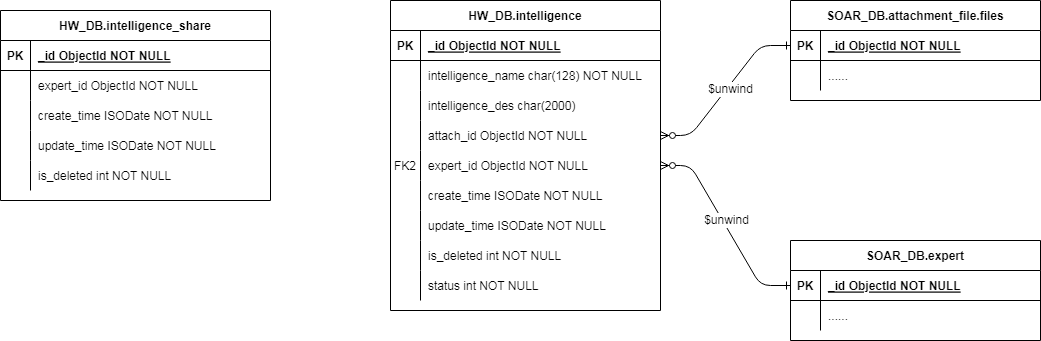
qiuliangbin/draw.io keeps this draw.io diagram as shared_intelligence.drawio.png. Above is the earlier version. Source tidied: cells renumbered, new cells last; positions are measured from the earlier drawing's top-left corner, leaving out a move shared by most shapes.
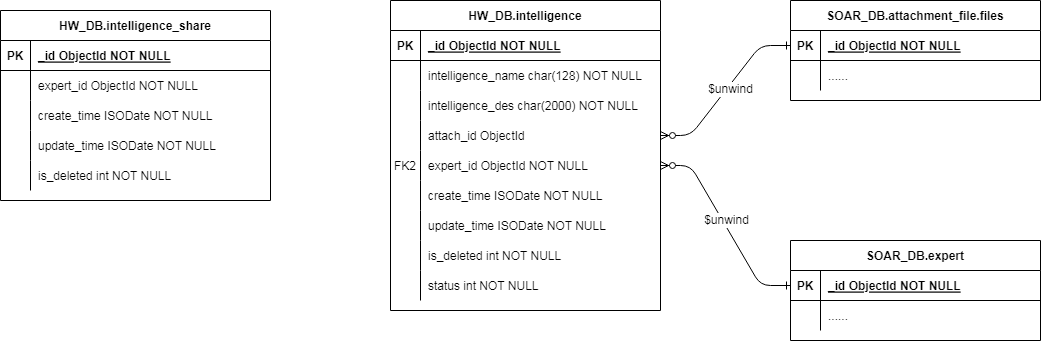
Above is the later version.

Change to the diagram source:
```diff
@@ -29,7 +29,7 @@
     <mxCell id="10" style="shape=partialRectangle;overflow=hidden;fillColor=none;top=0;left=0;bottom=0;right=0;" parent="9" vertex="1">
       <mxGeometry width="30" height="30" as="geometry" />
     </mxCell>
-    <mxCell id="11" value="intelligence_des char(2000)" style="shape=partialRectangle;overflow=hidden;fillColor=none;top=0;left=0;bottom=0;right=0;align=left;spacingLeft=6;" parent="9" vertex="1">
+    <mxCell id="11" value="intelligence_des char(2000) NOT NULL" style="shape=partialRectangle;overflow=hidden;fillColor=none;top=0;left=0;bottom=0;right=0;align=left;spacingLeft=6;" parent="9" vertex="1">
       <mxGeometry x="30" width="240" height="30" as="geometry" />
     </mxCell>
     <mxCell id="12" style="shape=partialRectangle;fillColor=none;points=[[0,0.5],[1,0.5]];portConstraint=eastwest;top=0;left=0;right=0;bottom=0;" parent="2" vertex="1">
@@ -38,7 +38,7 @@
     <mxCell id="13" style="shape=partialRectangle;overflow=hidden;fillColor=none;top=0;left=0;bottom=0;right=0;" parent="12" vertex="1">
       <mxGeometry width="30" height="30" as="geometry" />
     </mxCell>
-    <mxCell id="14" value="attach_id ObjectId NOT NULL" style="shape=partialRectangle;overflow=hidden;fillColor=none;top=0;left=0;bottom=0;right=0;align=left;spacingLeft=6;" parent="12" vertex="1">
+    <mxCell id="14" value="attach_id ObjectId" style="shape=partialRectangle;overflow=hidden;fillColor=none;top=0;left=0;bottom=0;right=0;align=left;spacingLeft=6;" parent="12" vertex="1">
       <mxGeometry x="30" width="240" height="30" as="geometry" />
     </mxCell>
     <mxCell id="15" style="shape=partialRectangle;fillColor=none;points=[[0,0.5],[1,0.5]];portConstraint=eastwest;top=0;left=0;right=0;bottom=0;" parent="2" vertex="1">
```
